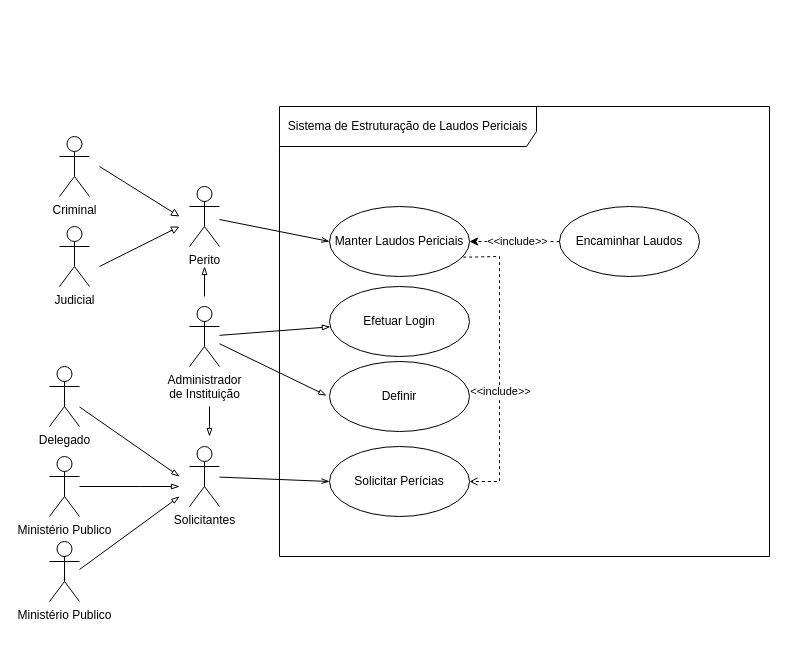
This is docs/Uso de Caso Projeto ES2.drawio from markkyn/peritum-report, a draw.io file, before an edit. Source tidied: cells renumbered, new cells numbered last; positions are measured from the earlier drawing's top-left corner, leaving out a move shared by most shapes. Both pictures are drawn from the tidied source at 100%, with x=0, y=0 at pixel (49, 106).
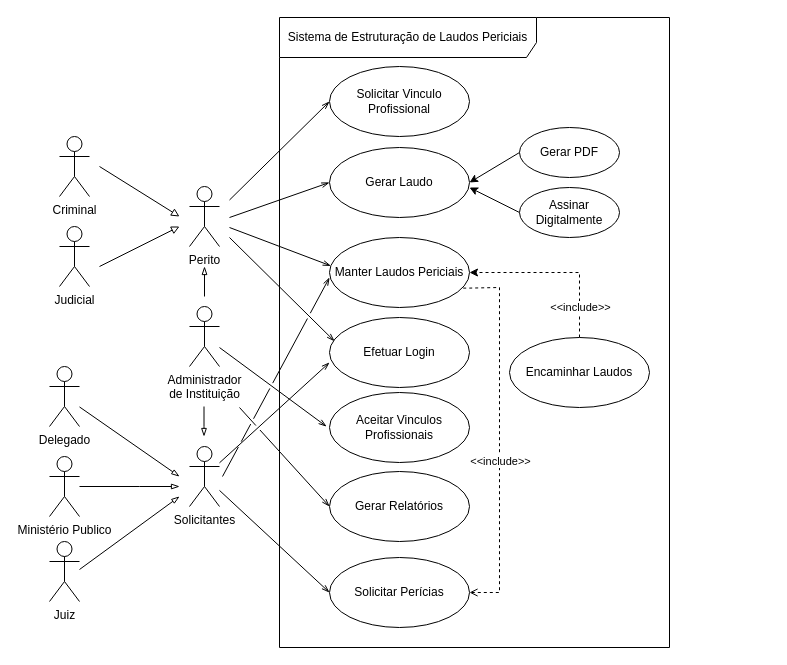
The same page after the edit.

Commit message:
Actualizar Uso de Caso Projeto ES1.drawio

Unchanged cells that the change refers to:
```xml
<mxCell id="3" value="Perito" style="shape=umlActor;verticalLabelPosition=bottom;verticalAlign=top;html=1;" parent="1" vertex="1">
  <mxGeometry x="140" y="80" width="30" height="60" as="geometry" />
</mxCell>
<mxCell id="13" value="Solicitantes" style="shape=umlActor;verticalLabelPosition=bottom;verticalAlign=top;html=1;" parent="1" vertex="1">
  <mxGeometry x="140" y="340" width="30" height="60" as="geometry" />
</mxCell>
<mxCell id="23" value="Administrador &lt;br&gt;de Instituição" style="shape=umlActor;verticalLabelPosition=bottom;verticalAlign=top;html=1;" parent="1" vertex="1">
  <mxGeometry x="140" y="200" width="30" height="60" as="geometry" />
</mxCell>
```

What changed in the source:
```diff
@@
-    <mxCell id="2" style="rounded=0;jettySize=auto;html=1;endArrow=openThin;endFill=0;entryX=0;entryY=0.5;entryDx=0;entryDy=0;" parent="1" edge="1" source="3" target="11">
-      <mxGeometry relative="1" as="geometry" />
+    <mxCell id="2" style="rounded=0;jettySize=auto;html=1;endArrow=openThin;endFill=0;entryX=0.01;entryY=0.405;entryDx=0;entryDy=0;entryPerimeter=0;" parent="1" edge="1" target="11">
+      <mxGeometry relative="1" as="geometry">
+        <mxPoint x="180" y="121" as="sourcePoint" />
+      </mxGeometry>
     </mxCell>
@@
     <mxCell id="8" value="Sistema de Estruturação de Laudos Periciais" style="shape=umlFrame;whiteSpace=wrap;html=1;width=257;height=40;" parent="1" vertex="1">
-      <mxGeometry x="230" width="490" height="450" as="geometry" />
+      <mxGeometry x="230" y="-89" width="390" height="630" as="geometry" />
     </mxCell>
     <mxCell id="9" style="edgeStyle=orthogonalEdgeStyle;rounded=0;jettySize=auto;html=1;endArrow=open;endFill=0;dashed=1;entryX=1;entryY=0.5;entryDx=0;entryDy=0;exitX=0.955;exitY=0.723;exitDx=0;exitDy=0;exitPerimeter=0;" parent="1" edge="1" source="11" target="14">
       <mxGeometry relative="1" as="geometry">
         <Array as="points">
-          <mxPoint x="420" y="151" />
-          <mxPoint x="450" y="150" />
-          <mxPoint x="450" y="375" />
+          <mxPoint x="420" y="182" />
+          <mxPoint x="450" y="181" />
+          <mxPoint x="450" y="406" />
         </Array>
       </mxGeometry>
     </mxCell>
@@
     <mxCell id="11" value="Manter Laudos Periciais" style="ellipse;whiteSpace=wrap;html=1;" parent="1" vertex="1">
-      <mxGeometry x="280" y="100" width="140" height="70" as="geometry" />
+      <mxGeometry x="280" y="131" width="140" height="70" as="geometry" />
     </mxCell>
@@
     <mxCell id="14" value="Solicitar Perícias" style="ellipse;whiteSpace=wrap;html=1;" parent="1" vertex="1">
-      <mxGeometry x="280" y="340" width="140" height="70" as="geometry" />
+      <mxGeometry x="280" y="451" width="140" height="70" as="geometry" />
     </mxCell>
@@
-    <mxCell id="20" value="Ministério Publico" style="shape=umlActor;verticalLabelPosition=bottom;verticalAlign=top;html=1;" parent="1" vertex="1">
+    <mxCell id="20" value="Juiz" style="shape=umlActor;verticalLabelPosition=bottom;verticalAlign=top;html=1;" parent="1" vertex="1">
       <mxGeometry y="435" width="30" height="60" as="geometry" />
     </mxCell>
@@
-    <mxCell id="22" style="rounded=0;jettySize=auto;html=1;endArrow=blockThin;endFill=0;" parent="1" edge="1" source="23" target="25">
-      <mxGeometry relative="1" as="geometry" />
+    <mxCell id="22" style="rounded=0;jettySize=auto;html=1;endArrow=openThin;endFill=0;entryX=0.036;entryY=0.339;entryDx=0;entryDy=0;entryPerimeter=0;" parent="1" edge="1" target="25">
+      <mxGeometry relative="1" as="geometry">
+        <mxPoint x="180" y="131" as="sourcePoint" />
+      </mxGeometry>
     </mxCell>
@@
     <mxCell id="24" style="edgeStyle=orthogonalEdgeStyle;rounded=0;orthogonalLoop=1;jettySize=auto;html=1;endArrow=blockThin;endFill=0;" parent="1" edge="1">
       <mxGeometry relative="1" as="geometry">
-        <mxPoint x="160" y="300" as="sourcePoint" />
-        <mxPoint x="160" y="330" as="targetPoint" />
+        <mxPoint x="154.5" y="300" as="sourcePoint" />
+        <mxPoint x="154.5" y="330" as="targetPoint" />
         <Array as="points">
-          <mxPoint x="160" y="320" />
-          <mxPoint x="160" y="320" />
+          <mxPoint x="154.5" y="320" />
+          <mxPoint x="154.5" y="320" />
         </Array>
       </mxGeometry>
     </mxCell>
     <mxCell id="25" value="Efetuar Login" style="ellipse;whiteSpace=wrap;html=1;" parent="1" vertex="1">
-      <mxGeometry x="280" y="180" width="140" height="70" as="geometry" />
+      <mxGeometry x="280" y="211" width="140" height="70" as="geometry" />
     </mxCell>
-    <mxCell id="26" style="edgeStyle=orthogonalEdgeStyle;rounded=0;jettySize=auto;html=1;exitX=0;exitY=0.5;exitDx=0;exitDy=0;entryX=1;entryY=0.5;entryDx=0;entryDy=0;dashed=1;" parent="1" edge="1" source="28" target="11">
-      <mxGeometry relative="1" as="geometry" />
+    <mxCell id="26" style="edgeStyle=orthogonalEdgeStyle;rounded=0;jettySize=auto;html=1;exitX=0.5;exitY=0;exitDx=0;exitDy=0;entryX=1;entryY=0.5;entryDx=0;entryDy=0;dashed=1;" parent="1" edge="1" source="28" target="11">
+      <mxGeometry relative="1" as="geometry">
+        <Array as="points">
+          <mxPoint x="530" y="166" />
+        </Array>
+      </mxGeometry>
     </mxCell>
     <mxCell id="27" value="&amp;lt;&amp;lt;include&amp;gt;&amp;gt;" style="edgeLabel;html=1;align=center;verticalAlign=middle;" parent="26" vertex="1">
-      <mxGeometry x="-0.04" y="-1" relative="1" as="geometry" />
+      <mxGeometry x="-0.04" y="-1" relative="1" as="geometry">
+        <mxPoint x="19" y="35" as="offset" />
+      </mxGeometry>
     </mxCell>
     <mxCell id="28" value="Encaminhar Laudos" style="ellipse;whiteSpace=wrap;html=1;" parent="1" vertex="1">
-      <mxGeometry x="510" y="100" width="140" height="70" as="geometry" />
+      <mxGeometry x="460" y="231" width="140" height="70" as="geometry" />
     </mxCell>
-    <mxCell id="29" value="Definir " style="ellipse;whiteSpace=wrap;html=1;" parent="1" vertex="1">
-      <mxGeometry x="280" y="255" width="140" height="70" as="geometry" />
+    <mxCell id="29" value="Aceitar Vinculos Profissionais" style="ellipse;whiteSpace=wrap;html=1;" parent="1" vertex="1">
+      <mxGeometry x="280" y="286" width="140" height="70" as="geometry" />
     </mxCell>
-    <mxCell id="30" style="rounded=0;jettySize=auto;html=1;endArrow=blockThin;endFill=0;entryX=-0.021;entryY=0.486;entryDx=0;entryDy=0;entryPerimeter=0;" parent="1" edge="1" source="23" target="29">
+    <mxCell id="30" style="rounded=0;jettySize=auto;html=1;endArrow=openThin;endFill=0;entryX=-0.021;entryY=0.486;entryDx=0;entryDy=0;entryPerimeter=0;" parent="1" edge="1" source="23" target="29">
       <mxGeometry relative="1" as="geometry" />
     </mxCell>
+    <mxCell id="31" value="Gerar Laudo" style="ellipse;whiteSpace=wrap;html=1;" parent="1" vertex="1">
+      <mxGeometry x="280" y="41" width="140" height="70" as="geometry" />
+    </mxCell>
+    <mxCell id="32" style="rounded=0;jettySize=auto;html=1;endArrow=openThin;endFill=0;entryX=0;entryY=0.5;entryDx=0;entryDy=0;" parent="1" edge="1" target="31">
+      <mxGeometry relative="1" as="geometry">
+        <mxPoint x="180" y="111" as="sourcePoint" />
+      </mxGeometry>
+    </mxCell>
+    <mxCell id="33" style="rounded=0;jettySize=auto;html=1;exitX=0;exitY=0.5;exitDx=0;exitDy=0;entryX=1;entryY=0.5;entryDx=0;entryDy=0;" parent="1" edge="1" source="34" target="31">
+      <mxGeometry relative="1" as="geometry" />
+    </mxCell>
+    <mxCell id="34" value="Gerar  PDF" style="ellipse;whiteSpace=wrap;html=1;" parent="1" vertex="1">
+      <mxGeometry x="470" y="21" width="100" height="50" as="geometry" />
+    </mxCell>
+    <mxCell id="35" style="rounded=0;jettySize=auto;html=1;exitX=0;exitY=0.5;exitDx=0;exitDy=0;" parent="1" edge="1" source="36">
+      <mxGeometry relative="1" as="geometry">
+        <mxPoint x="420" y="81" as="targetPoint" />
+      </mxGeometry>
+    </mxCell>
+    <mxCell id="36" value="Assinar Digitalmente" style="ellipse;whiteSpace=wrap;html=1;" parent="1" vertex="1">
+      <mxGeometry x="470" y="81" width="100" height="50" as="geometry" />
+    </mxCell>
+    <mxCell id="37" style="rounded=0;jettySize=auto;html=1;endArrow=openThin;endFill=0;entryX=0;entryY=0.643;entryDx=0;entryDy=0;entryPerimeter=0;shadow=0;jumpStyle=none;" parent="1" edge="1" source="13" target="25">
+      <mxGeometry relative="1" as="geometry" />
+    </mxCell>
+    <mxCell id="38" value="Solicitar Vinculo Profissional" style="ellipse;whiteSpace=wrap;html=1;" parent="1" vertex="1">
+      <mxGeometry x="280" y="-40" width="140" height="70" as="geometry" />
+    </mxCell>
+    <mxCell id="39" style="rounded=0;jettySize=auto;html=1;endArrow=openThin;endFill=0;entryX=0;entryY=0.5;entryDx=0;entryDy=0;" parent="1" edge="1" target="38">
+      <mxGeometry relative="1" as="geometry">
+        <mxPoint x="180" y="93.5" as="sourcePoint" />
+      </mxGeometry>
+    </mxCell>
+    <mxCell id="40" value="Gerar Relatórios" style="ellipse;whiteSpace=wrap;html=1;" parent="1" vertex="1">
+      <mxGeometry x="280" y="365" width="140" height="70" as="geometry" />
+    </mxCell>
+    <mxCell id="41" style="rounded=0;jettySize=auto;html=1;endArrow=openThin;endFill=0;entryX=0;entryY=0.5;entryDx=0;entryDy=0;jumpStyle=gap;" parent="1" edge="1" target="40">
+      <mxGeometry relative="1" as="geometry">
+        <mxPoint x="190" y="301" as="sourcePoint" />
+      </mxGeometry>
+    </mxCell>
+    <mxCell id="42" style="rounded=0;orthogonalLoop=1;jettySize=auto;html=1;endArrow=openThin;endFill=0;shadow=0;jumpStyle=gap;" parent="1" edge="1">
+      <mxGeometry relative="1" as="geometry">
+        <mxPoint x="173" y="370" as="sourcePoint" />
+        <mxPoint x="280" y="171" as="targetPoint" />
+      </mxGeometry>
+    </mxCell>
```
